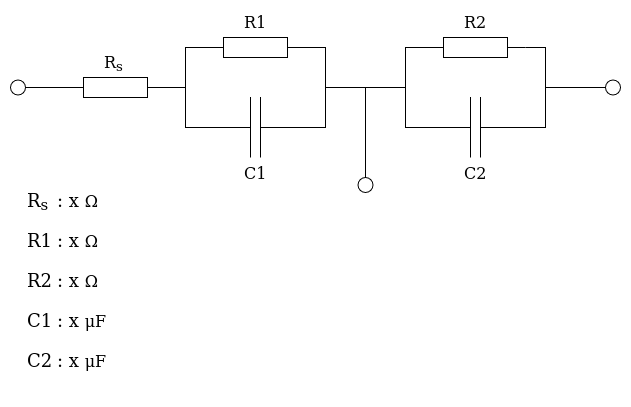
The draw.io diagram examples/dummy_cell_schematic.png in shatners-bassoon/JOSS_test, before a commit. Source tidied: cells renumbered, new cells last; positions are measured from the earlier drawing's top-left corner, leaving out a move shared by most shapes. The source it was exported from:
```xml
<mxGraphModel>
  <root>
    <mxCell id="0" />
    <mxCell id="1" parent="0" />
    <mxCell id="2" style="verticalLabelPosition=bottom;shadow=0;dashed=0;align=center;html=1;verticalAlign=top;shape=mxgraph.electrical.resistors.resistor_1;" parent="1" vertex="1">
      <mxGeometry x="55" y="67" width="100" height="20" as="geometry" />
    </mxCell>
    <mxCell id="3" value="R&lt;sub&gt;s&lt;/sub&gt;" style="text;html=1;align=left;verticalAlign=top;spacingTop=-4;fontSize=16;fontFamily=Verdana;" parent="1" vertex="1">
      <mxGeometry x="92" y="39.5" width="40" height="30" as="geometry" />
    </mxCell>
    <mxCell id="4" style="verticalLabelPosition=bottom;shadow=0;dashed=0;align=center;html=1;verticalAlign=top;shape=mxgraph.electrical.resistors.resistor_1;" parent="1" vertex="1">
      <mxGeometry x="195" y="27" width="100" height="20" as="geometry" />
    </mxCell>
    <mxCell id="5" style="verticalLabelPosition=bottom;shadow=0;dashed=0;align=center;html=1;verticalAlign=top;shape=mxgraph.electrical.resistors.resistor_1;" parent="1" vertex="1">
      <mxGeometry x="415" y="27" width="100" height="20" as="geometry" />
    </mxCell>
    <mxCell id="6" style="verticalLabelPosition=bottom;shadow=0;dashed=0;align=center;html=1;verticalAlign=top;shape=mxgraph.electrical.capacitors.capacitor_1;" parent="1" vertex="1">
      <mxGeometry x="195" y="87" width="100" height="60" as="geometry" />
    </mxCell>
    <mxCell id="7" style="verticalLabelPosition=bottom;shadow=0;dashed=0;align=center;html=1;verticalAlign=top;shape=mxgraph.electrical.capacitors.capacitor_1;" parent="1" vertex="1">
      <mxGeometry x="415" y="87" width="100" height="60" as="geometry" />
    </mxCell>
    <mxCell id="8" style="endArrow=none;html=1;rounded=0;exitX=1;exitY=0.5;exitDx=0;exitDy=0;exitPerimeter=0;entryX=0;entryY=0.5;entryDx=0;entryDy=0;entryPerimeter=0;" parent="1" edge="1" source="2" target="6">
      <mxGeometry relative="1" as="geometry">
        <Array as="points">
          <mxPoint x="175" y="77" />
          <mxPoint x="175" y="117" />
        </Array>
      </mxGeometry>
    </mxCell>
    <mxCell id="9" style="endArrow=none;html=1;rounded=0;entryX=0;entryY=0.5;entryDx=0;entryDy=0;entryPerimeter=0;" parent="1" edge="1" target="4">
      <mxGeometry relative="1" as="geometry">
        <mxPoint x="175" y="77" as="sourcePoint" />
        <Array as="points">
          <mxPoint x="175" y="37" />
        </Array>
      </mxGeometry>
    </mxCell>
    <mxCell id="10" style="endArrow=none;html=1;rounded=0;exitX=1;exitY=0.5;exitDx=0;exitDy=0;exitPerimeter=0;" parent="1" edge="1" source="4">
      <mxGeometry relative="1" as="geometry">
        <mxPoint x="315" y="77" as="targetPoint" />
        <Array as="points">
          <mxPoint x="315" y="37" />
        </Array>
      </mxGeometry>
    </mxCell>
    <mxCell id="11" style="endArrow=none;html=1;rounded=0;exitX=1;exitY=0.5;exitDx=0;exitDy=0;exitPerimeter=0;" parent="1" edge="1" source="6">
      <mxGeometry relative="1" as="geometry">
        <mxPoint x="355" y="77" as="targetPoint" />
        <Array as="points">
          <mxPoint x="315" y="117" />
          <mxPoint x="315" y="77" />
        </Array>
      </mxGeometry>
    </mxCell>
    <mxCell id="12" style="endArrow=none;html=1;rounded=0;" parent="1" edge="1">
      <mxGeometry relative="1" as="geometry">
        <mxPoint x="355" y="167" as="sourcePoint" />
        <mxPoint x="355" y="77" as="targetPoint" />
      </mxGeometry>
    </mxCell>
    <mxCell id="13" style="endArrow=none;html=1;rounded=0;" parent="1" edge="1">
      <mxGeometry relative="1" as="geometry">
        <mxPoint x="355" y="77" as="sourcePoint" />
        <mxPoint x="415" y="37" as="targetPoint" />
        <Array as="points">
          <mxPoint x="395" y="77" />
          <mxPoint x="395" y="37" />
        </Array>
      </mxGeometry>
    </mxCell>
    <mxCell id="14" style="endArrow=none;html=1;rounded=0;exitX=0;exitY=0.5;exitDx=0;exitDy=0;exitPerimeter=0;" parent="1" edge="1" source="7">
      <mxGeometry relative="1" as="geometry">
        <mxPoint x="395" y="77" as="targetPoint" />
        <Array as="points">
          <mxPoint x="395" y="117" />
        </Array>
      </mxGeometry>
    </mxCell>
    <mxCell id="15" style="endArrow=none;html=1;rounded=0;entryX=1;entryY=0.5;entryDx=0;entryDy=0;entryPerimeter=0;" parent="1" edge="1" target="5">
      <mxGeometry relative="1" as="geometry">
        <mxPoint x="535" y="77" as="sourcePoint" />
        <Array as="points">
          <mxPoint x="535" y="37" />
        </Array>
      </mxGeometry>
    </mxCell>
    <mxCell id="16" style="endArrow=none;html=1;rounded=0;exitX=1;exitY=0.5;exitDx=0;exitDy=0;exitPerimeter=0;" parent="1" edge="1" source="7">
      <mxGeometry relative="1" as="geometry">
        <mxPoint x="595" y="77" as="targetPoint" />
        <Array as="points">
          <mxPoint x="535" y="117" />
          <mxPoint x="535" y="77" />
        </Array>
      </mxGeometry>
    </mxCell>
    <mxCell id="17" style="endArrow=none;html=1;rounded=0;exitX=0;exitY=0.5;exitDx=0;exitDy=0;exitPerimeter=0;" parent="1" edge="1" source="2">
      <mxGeometry relative="1" as="geometry">
        <mxPoint x="15" y="77" as="targetPoint" />
      </mxGeometry>
    </mxCell>
    <mxCell id="18" style="verticalLabelPosition=bottom;shadow=0;dashed=0;align=center;html=1;verticalAlign=top;strokeWidth=1;shape=ellipse;perimeter=ellipsePerimeter;" parent="1" vertex="1">
      <mxGeometry y="69.5" width="15" height="15" as="geometry" />
    </mxCell>
    <mxCell id="19" style="verticalLabelPosition=bottom;shadow=0;dashed=0;align=center;html=1;verticalAlign=top;strokeWidth=1;shape=ellipse;perimeter=ellipsePerimeter;" parent="1" vertex="1">
      <mxGeometry x="347.5" y="167" width="15" height="15" as="geometry" />
    </mxCell>
    <mxCell id="20" style="verticalLabelPosition=bottom;shadow=0;dashed=0;align=center;html=1;verticalAlign=top;strokeWidth=1;shape=ellipse;perimeter=ellipsePerimeter;" parent="1" vertex="1">
      <mxGeometry x="595" y="69.5" width="15" height="15" as="geometry" />
    </mxCell>
    <mxCell id="21" value="R1" style="text;html=1;align=left;verticalAlign=top;spacingTop=-4;fontSize=16;fontFamily=Verdana;" parent="1" vertex="1">
      <mxGeometry x="232" width="50" height="30" as="geometry" />
    </mxCell>
    <mxCell id="22" value="R2" style="text;html=1;align=left;verticalAlign=top;spacingTop=-4;fontSize=16;fontFamily=Verdana;" parent="1" vertex="1">
      <mxGeometry x="452" width="50" height="30" as="geometry" />
    </mxCell>
    <mxCell id="23" value="&lt;div&gt;C1&lt;/div&gt;" style="text;html=1;align=left;verticalAlign=top;spacingTop=-4;fontSize=16;fontFamily=Verdana;" parent="1" vertex="1">
      <mxGeometry x="232" y="151" width="50" height="30" as="geometry" />
    </mxCell>
    <mxCell id="24" value="&lt;div&gt;C2&lt;/div&gt;" style="text;html=1;align=left;verticalAlign=top;spacingTop=-4;fontSize=16;fontFamily=Verdana;" parent="1" vertex="1">
      <mxGeometry x="452" y="151" width="50" height="30" as="geometry" />
    </mxCell>
    <mxCell id="25" value="&lt;div&gt;&lt;font style=&quot;font-size: 18px;&quot;&gt;R&lt;sub&gt;s&lt;/sub&gt;&lt;/font&gt;&lt;/div&gt;&lt;div&gt;&lt;br&gt;&lt;/div&gt;" style="text;html=1;align=left;verticalAlign=top;spacingTop=-4;fontSize=16;fontFamily=Verdana;" parent="1" vertex="1">
      <mxGeometry x="15" y="177" width="40" height="50" as="geometry" />
    </mxCell>
    <mxCell id="26" value="&lt;div&gt;&lt;font style=&quot;font-size: 18px;&quot;&gt;: x&amp;nbsp;&lt;/font&gt;&lt;span lang=&quot;en&quot; class=&quot;NA6bn BxUVEf ILfuVd&quot;&gt;&lt;span class=&quot;hgKElc&quot;&gt;Ω&lt;/span&gt;&lt;/span&gt;&lt;/div&gt;&lt;div&gt;&lt;br&gt;&lt;/div&gt;" style="text;html=1;align=left;verticalAlign=top;spacingTop=-4;fontSize=16;fontFamily=Verdana;" parent="1" vertex="1">
      <mxGeometry x="45" y="177" width="60" height="50" as="geometry" />
    </mxCell>
    <mxCell id="27" value="&lt;div&gt;&lt;font style=&quot;font-size: 18px;&quot;&gt;R1&lt;/font&gt;&lt;/div&gt;&lt;div&gt;&lt;br&gt;&lt;/div&gt;" style="text;html=1;align=left;verticalAlign=top;spacingTop=-4;fontSize=16;fontFamily=Verdana;" parent="1" vertex="1">
      <mxGeometry x="15" y="217" width="50" height="50" as="geometry" />
    </mxCell>
    <mxCell id="28" value="&lt;div&gt;&lt;font style=&quot;font-size: 18px;&quot;&gt;R2&lt;/font&gt;&lt;/div&gt;&lt;div&gt;&lt;br&gt;&lt;/div&gt;" style="text;html=1;align=left;verticalAlign=top;spacingTop=-4;fontSize=16;fontFamily=Verdana;" parent="1" vertex="1">
      <mxGeometry x="15" y="257" width="50" height="50" as="geometry" />
    </mxCell>
    <mxCell id="29" value="&lt;font style=&quot;font-size: 18px;&quot;&gt;C1&lt;/font&gt;" style="text;html=1;align=left;verticalAlign=top;spacingTop=-4;fontSize=16;fontFamily=Verdana;" parent="1" vertex="1">
      <mxGeometry x="15" y="297" width="50" height="30" as="geometry" />
    </mxCell>
    <mxCell id="30" value="&lt;font style=&quot;font-size: 18px;&quot;&gt;C2&lt;/font&gt;" style="text;html=1;align=left;verticalAlign=top;spacingTop=-4;fontSize=16;fontFamily=Verdana;" parent="1" vertex="1">
      <mxGeometry x="15" y="337" width="50" height="30" as="geometry" />
    </mxCell>
    <mxCell id="31" value="&lt;div&gt;&lt;font style=&quot;font-size: 18px;&quot;&gt;: x&amp;nbsp;&lt;/font&gt;&lt;span lang=&quot;en&quot; class=&quot;NA6bn BxUVEf ILfuVd&quot;&gt;&lt;span class=&quot;hgKElc&quot;&gt;Ω&lt;/span&gt;&lt;/span&gt;&lt;/div&gt;&lt;div&gt;&lt;br&gt;&lt;/div&gt;" style="text;html=1;align=left;verticalAlign=top;spacingTop=-4;fontSize=16;fontFamily=Verdana;" parent="1" vertex="1">
      <mxGeometry x="45" y="217" width="60" height="50" as="geometry" />
    </mxCell>
    <mxCell id="32" value="&lt;div&gt;&lt;font style=&quot;font-size: 18px;&quot;&gt;: x&amp;nbsp;&lt;/font&gt;&lt;span lang=&quot;en&quot; class=&quot;NA6bn BxUVEf ILfuVd&quot;&gt;&lt;span class=&quot;hgKElc&quot;&gt;Ω&lt;/span&gt;&lt;/span&gt;&lt;/div&gt;&lt;div&gt;&lt;br&gt;&lt;/div&gt;" style="text;html=1;align=left;verticalAlign=top;spacingTop=-4;fontSize=16;fontFamily=Verdana;" parent="1" vertex="1">
      <mxGeometry x="45" y="257" width="60" height="50" as="geometry" />
    </mxCell>
    <mxCell id="33" value="&lt;div&gt;&lt;font style=&quot;font-size: 18px;&quot;&gt;: x&amp;nbsp;&lt;/font&gt;μF&lt;/div&gt;&lt;div&gt;&lt;br&gt;&lt;/div&gt;" style="text;html=1;align=left;verticalAlign=top;spacingTop=-4;fontSize=16;fontFamily=Verdana;" parent="1" vertex="1">
      <mxGeometry x="45" y="297" width="70" height="50" as="geometry" />
    </mxCell>
    <mxCell id="34" value="&lt;div&gt;&lt;font style=&quot;font-size: 18px;&quot;&gt;: x&amp;nbsp;&lt;/font&gt;μF&lt;/div&gt;&lt;div&gt;&lt;br&gt;&lt;/div&gt;" style="text;html=1;align=left;verticalAlign=top;spacingTop=-4;fontSize=16;fontFamily=Verdana;" parent="1" vertex="1">
      <mxGeometry x="45" y="337" width="70" height="50" as="geometry" />
    </mxCell>
  </root>
</mxGraphModel>
```
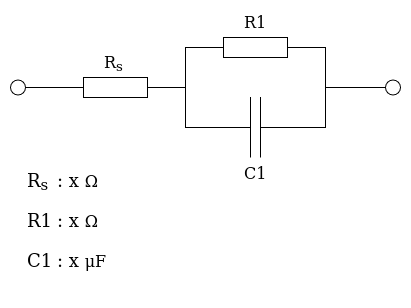
The same diagram one commit later.

Commit message:
Updated dummy cell schematic

Change to the diagram source:
```diff
@@ -11,15 +11,9 @@
     <mxCell id="4" style="verticalLabelPosition=bottom;shadow=0;dashed=0;align=center;html=1;verticalAlign=top;shape=mxgraph.electrical.resistors.resistor_1;" parent="1" vertex="1">
       <mxGeometry x="195" y="27" width="100" height="20" as="geometry" />
     </mxCell>
-    <mxCell id="5" style="verticalLabelPosition=bottom;shadow=0;dashed=0;align=center;html=1;verticalAlign=top;shape=mxgraph.electrical.resistors.resistor_1;" parent="1" vertex="1">
-      <mxGeometry x="415" y="27" width="100" height="20" as="geometry" />
-    </mxCell>
     <mxCell id="6" style="verticalLabelPosition=bottom;shadow=0;dashed=0;align=center;html=1;verticalAlign=top;shape=mxgraph.electrical.capacitors.capacitor_1;" parent="1" vertex="1">
       <mxGeometry x="195" y="87" width="100" height="60" as="geometry" />
     </mxCell>
-    <mxCell id="7" style="verticalLabelPosition=bottom;shadow=0;dashed=0;align=center;html=1;verticalAlign=top;shape=mxgraph.electrical.capacitors.capacitor_1;" parent="1" vertex="1">
-      <mxGeometry x="415" y="87" width="100" height="60" as="geometry" />
-    </mxCell>
     <mxCell id="8" style="endArrow=none;html=1;rounded=0;exitX=1;exitY=0.5;exitDx=0;exitDy=0;exitPerimeter=0;entryX=0;entryY=0.5;entryDx=0;entryDy=0;entryPerimeter=0;" parent="1" edge="1" source="2" target="6">
       <mxGeometry relative="1" as="geometry">
         <Array as="points">
@@ -46,54 +40,13 @@
     </mxCell>
     <mxCell id="11" style="endArrow=none;html=1;rounded=0;exitX=1;exitY=0.5;exitDx=0;exitDy=0;exitPerimeter=0;" parent="1" edge="1" source="6">
       <mxGeometry relative="1" as="geometry">
-        <mxPoint x="355" y="77" as="targetPoint" />
+        <mxPoint x="375" y="77" as="targetPoint" />
         <Array as="points">
           <mxPoint x="315" y="117" />
           <mxPoint x="315" y="77" />
         </Array>
       </mxGeometry>
     </mxCell>
-    <mxCell id="12" style="endArrow=none;html=1;rounded=0;" parent="1" edge="1">
-      <mxGeometry relative="1" as="geometry">
-        <mxPoint x="355" y="167" as="sourcePoint" />
-        <mxPoint x="355" y="77" as="targetPoint" />
-      </mxGeometry>
-    </mxCell>
-    <mxCell id="13" style="endArrow=none;html=1;rounded=0;" parent="1" edge="1">
-      <mxGeometry relative="1" as="geometry">
-        <mxPoint x="355" y="77" as="sourcePoint" />
-        <mxPoint x="415" y="37" as="targetPoint" />
-        <Array as="points">
-          <mxPoint x="395" y="77" />
-          <mxPoint x="395" y="37" />
-        </Array>
-      </mxGeometry>
-    </mxCell>
-    <mxCell id="14" style="endArrow=none;html=1;rounded=0;exitX=0;exitY=0.5;exitDx=0;exitDy=0;exitPerimeter=0;" parent="1" edge="1" source="7">
-      <mxGeometry relative="1" as="geometry">
-        <mxPoint x="395" y="77" as="targetPoint" />
-        <Array as="points">
-          <mxPoint x="395" y="117" />
-        </Array>
-      </mxGeometry>
-    </mxCell>
-    <mxCell id="15" style="endArrow=none;html=1;rounded=0;entryX=1;entryY=0.5;entryDx=0;entryDy=0;entryPerimeter=0;" parent="1" edge="1" target="5">
-      <mxGeometry relative="1" as="geometry">
-        <mxPoint x="535" y="77" as="sourcePoint" />
-        <Array as="points">
-          <mxPoint x="535" y="37" />
-        </Array>
-      </mxGeometry>
-    </mxCell>
-    <mxCell id="16" style="endArrow=none;html=1;rounded=0;exitX=1;exitY=0.5;exitDx=0;exitDy=0;exitPerimeter=0;" parent="1" edge="1" source="7">
-      <mxGeometry relative="1" as="geometry">
-        <mxPoint x="595" y="77" as="targetPoint" />
-        <Array as="points">
-          <mxPoint x="535" y="117" />
-          <mxPoint x="535" y="77" />
-        </Array>
-      </mxGeometry>
-    </mxCell>
     <mxCell id="17" style="endArrow=none;html=1;rounded=0;exitX=0;exitY=0.5;exitDx=0;exitDy=0;exitPerimeter=0;" parent="1" edge="1" source="2">
       <mxGeometry relative="1" as="geometry">
         <mxPoint x="15" y="77" as="targetPoint" />
@@ -103,52 +56,31 @@
       <mxGeometry y="69.5" width="15" height="15" as="geometry" />
     </mxCell>
     <mxCell id="19" style="verticalLabelPosition=bottom;shadow=0;dashed=0;align=center;html=1;verticalAlign=top;strokeWidth=1;shape=ellipse;perimeter=ellipsePerimeter;" parent="1" vertex="1">
-      <mxGeometry x="347.5" y="167" width="15" height="15" as="geometry" />
+      <mxGeometry x="375" y="69.5" width="15" height="15" as="geometry" />
     </mxCell>
-    <mxCell id="20" style="verticalLabelPosition=bottom;shadow=0;dashed=0;align=center;html=1;verticalAlign=top;strokeWidth=1;shape=ellipse;perimeter=ellipsePerimeter;" parent="1" vertex="1">
-      <mxGeometry x="595" y="69.5" width="15" height="15" as="geometry" />
-    </mxCell>
     <mxCell id="21" value="R1" style="text;html=1;align=left;verticalAlign=top;spacingTop=-4;fontSize=16;fontFamily=Verdana;" parent="1" vertex="1">
       <mxGeometry x="232" width="50" height="30" as="geometry" />
     </mxCell>
-    <mxCell id="22" value="R2" style="text;html=1;align=left;verticalAlign=top;spacingTop=-4;fontSize=16;fontFamily=Verdana;" parent="1" vertex="1">
-      <mxGeometry x="452" width="50" height="30" as="geometry" />
-    </mxCell>
     <mxCell id="23" value="&lt;div&gt;C1&lt;/div&gt;" style="text;html=1;align=left;verticalAlign=top;spacingTop=-4;fontSize=16;fontFamily=Verdana;" parent="1" vertex="1">
       <mxGeometry x="232" y="151" width="50" height="30" as="geometry" />
     </mxCell>
-    <mxCell id="24" value="&lt;div&gt;C2&lt;/div&gt;" style="text;html=1;align=left;verticalAlign=top;spacingTop=-4;fontSize=16;fontFamily=Verdana;" parent="1" vertex="1">
-      <mxGeometry x="452" y="151" width="50" height="30" as="geometry" />
-    </mxCell>
     <mxCell id="25" value="&lt;div&gt;&lt;font style=&quot;font-size: 18px;&quot;&gt;R&lt;sub&gt;s&lt;/sub&gt;&lt;/font&gt;&lt;/div&gt;&lt;div&gt;&lt;br&gt;&lt;/div&gt;" style="text;html=1;align=left;verticalAlign=top;spacingTop=-4;fontSize=16;fontFamily=Verdana;" parent="1" vertex="1">
-      <mxGeometry x="15" y="177" width="40" height="50" as="geometry" />
+      <mxGeometry x="15" y="157" width="40" height="50" as="geometry" />
     </mxCell>
     <mxCell id="26" value="&lt;div&gt;&lt;font style=&quot;font-size: 18px;&quot;&gt;: x&amp;nbsp;&lt;/font&gt;&lt;span lang=&quot;en&quot; class=&quot;NA6bn BxUVEf ILfuVd&quot;&gt;&lt;span class=&quot;hgKElc&quot;&gt;Ω&lt;/span&gt;&lt;/span&gt;&lt;/div&gt;&lt;div&gt;&lt;br&gt;&lt;/div&gt;" style="text;html=1;align=left;verticalAlign=top;spacingTop=-4;fontSize=16;fontFamily=Verdana;" parent="1" vertex="1">
-      <mxGeometry x="45" y="177" width="60" height="50" as="geometry" />
+      <mxGeometry x="45" y="157" width="60" height="50" as="geometry" />
     </mxCell>
     <mxCell id="27" value="&lt;div&gt;&lt;font style=&quot;font-size: 18px;&quot;&gt;R1&lt;/font&gt;&lt;/div&gt;&lt;div&gt;&lt;br&gt;&lt;/div&gt;" style="text;html=1;align=left;verticalAlign=top;spacingTop=-4;fontSize=16;fontFamily=Verdana;" parent="1" vertex="1">
-      <mxGeometry x="15" y="217" width="50" height="50" as="geometry" />
+      <mxGeometry x="15" y="197" width="50" height="50" as="geometry" />
     </mxCell>
-    <mxCell id="28" value="&lt;div&gt;&lt;font style=&quot;font-size: 18px;&quot;&gt;R2&lt;/font&gt;&lt;/div&gt;&lt;div&gt;&lt;br&gt;&lt;/div&gt;" style="text;html=1;align=left;verticalAlign=top;spacingTop=-4;fontSize=16;fontFamily=Verdana;" parent="1" vertex="1">
-      <mxGeometry x="15" y="257" width="50" height="50" as="geometry" />
-    </mxCell>
     <mxCell id="29" value="&lt;font style=&quot;font-size: 18px;&quot;&gt;C1&lt;/font&gt;" style="text;html=1;align=left;verticalAlign=top;spacingTop=-4;fontSize=16;fontFamily=Verdana;" parent="1" vertex="1">
-      <mxGeometry x="15" y="297" width="50" height="30" as="geometry" />
+      <mxGeometry x="15" y="237" width="50" height="30" as="geometry" />
     </mxCell>
-    <mxCell id="30" value="&lt;font style=&quot;font-size: 18px;&quot;&gt;C2&lt;/font&gt;" style="text;html=1;align=left;verticalAlign=top;spacingTop=-4;fontSize=16;fontFamily=Verdana;" parent="1" vertex="1">
-      <mxGeometry x="15" y="337" width="50" height="30" as="geometry" />
-    </mxCell>
     <mxCell id="31" value="&lt;div&gt;&lt;font style=&quot;font-size: 18px;&quot;&gt;: x&amp;nbsp;&lt;/font&gt;&lt;span lang=&quot;en&quot; class=&quot;NA6bn BxUVEf ILfuVd&quot;&gt;&lt;span class=&quot;hgKElc&quot;&gt;Ω&lt;/span&gt;&lt;/span&gt;&lt;/div&gt;&lt;div&gt;&lt;br&gt;&lt;/div&gt;" style="text;html=1;align=left;verticalAlign=top;spacingTop=-4;fontSize=16;fontFamily=Verdana;" parent="1" vertex="1">
-      <mxGeometry x="45" y="217" width="60" height="50" as="geometry" />
+      <mxGeometry x="45" y="197" width="60" height="50" as="geometry" />
     </mxCell>
-    <mxCell id="32" value="&lt;div&gt;&lt;font style=&quot;font-size: 18px;&quot;&gt;: x&amp;nbsp;&lt;/font&gt;&lt;span lang=&quot;en&quot; class=&quot;NA6bn BxUVEf ILfuVd&quot;&gt;&lt;span class=&quot;hgKElc&quot;&gt;Ω&lt;/span&gt;&lt;/span&gt;&lt;/div&gt;&lt;div&gt;&lt;br&gt;&lt;/div&gt;" style="text;html=1;align=left;verticalAlign=top;spacingTop=-4;fontSize=16;fontFamily=Verdana;" parent="1" vertex="1">
-      <mxGeometry x="45" y="257" width="60" height="50" as="geometry" />
-    </mxCell>
     <mxCell id="33" value="&lt;div&gt;&lt;font style=&quot;font-size: 18px;&quot;&gt;: x&amp;nbsp;&lt;/font&gt;μF&lt;/div&gt;&lt;div&gt;&lt;br&gt;&lt;/div&gt;" style="text;html=1;align=left;verticalAlign=top;spacingTop=-4;fontSize=16;fontFamily=Verdana;" parent="1" vertex="1">
-      <mxGeometry x="45" y="297" width="70" height="50" as="geometry" />
+      <mxGeometry x="45" y="237" width="70" height="50" as="geometry" />
     </mxCell>
-    <mxCell id="34" value="&lt;div&gt;&lt;font style=&quot;font-size: 18px;&quot;&gt;: x&amp;nbsp;&lt;/font&gt;μF&lt;/div&gt;&lt;div&gt;&lt;br&gt;&lt;/div&gt;" style="text;html=1;align=left;verticalAlign=top;spacingTop=-4;fontSize=16;fontFamily=Verdana;" parent="1" vertex="1">
-      <mxGeometry x="45" y="337" width="70" height="50" as="geometry" />
-    </mxCell>
   </root>
 </mxGraphModel>
```
